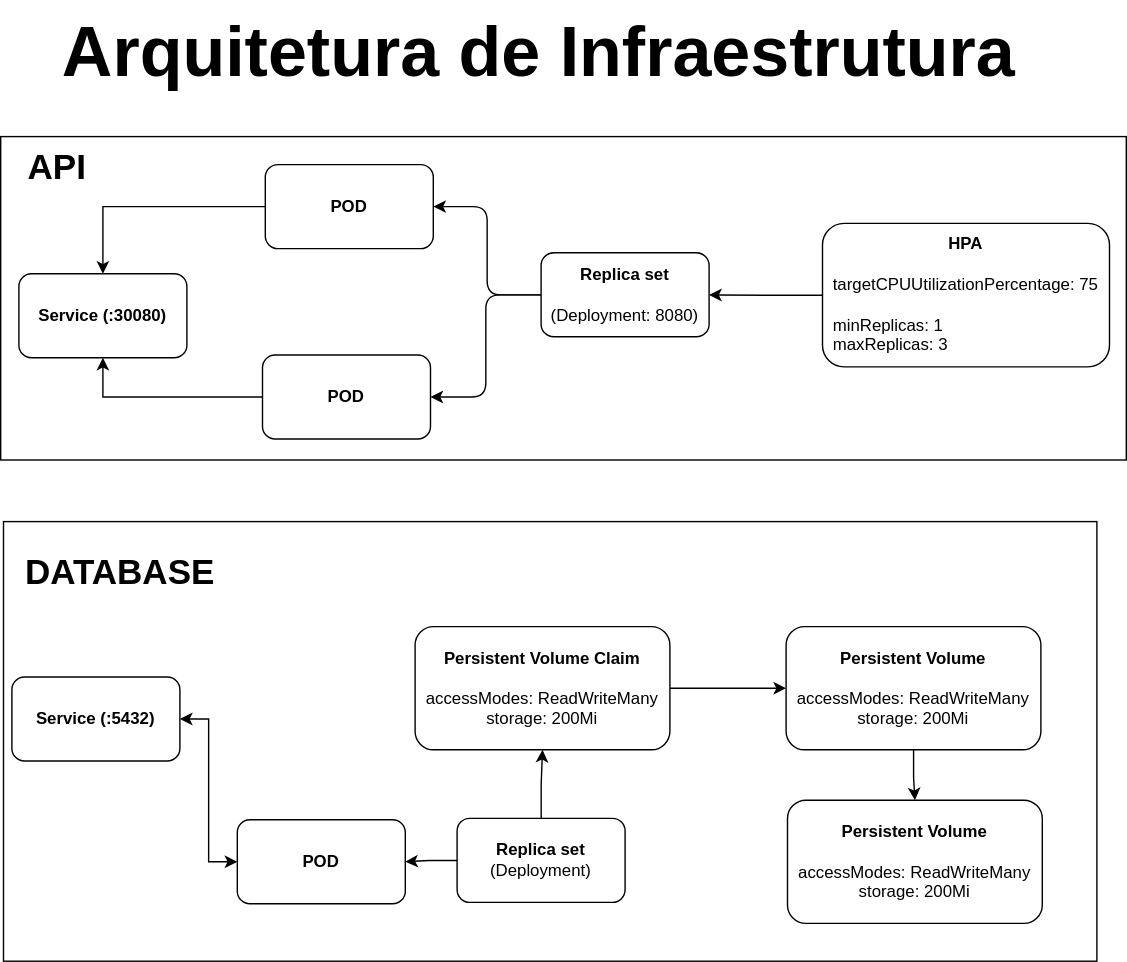
Earlier version of the draw.io export docs/images/arquitetura-infraestrutura.svg (pricardoti/architecture-software-tech-challenge-fiap). Source tidied: cells renumbered, new cells last; positions are measured from the earlier drawing's top-left corner, leaving out a move shared by most shapes.
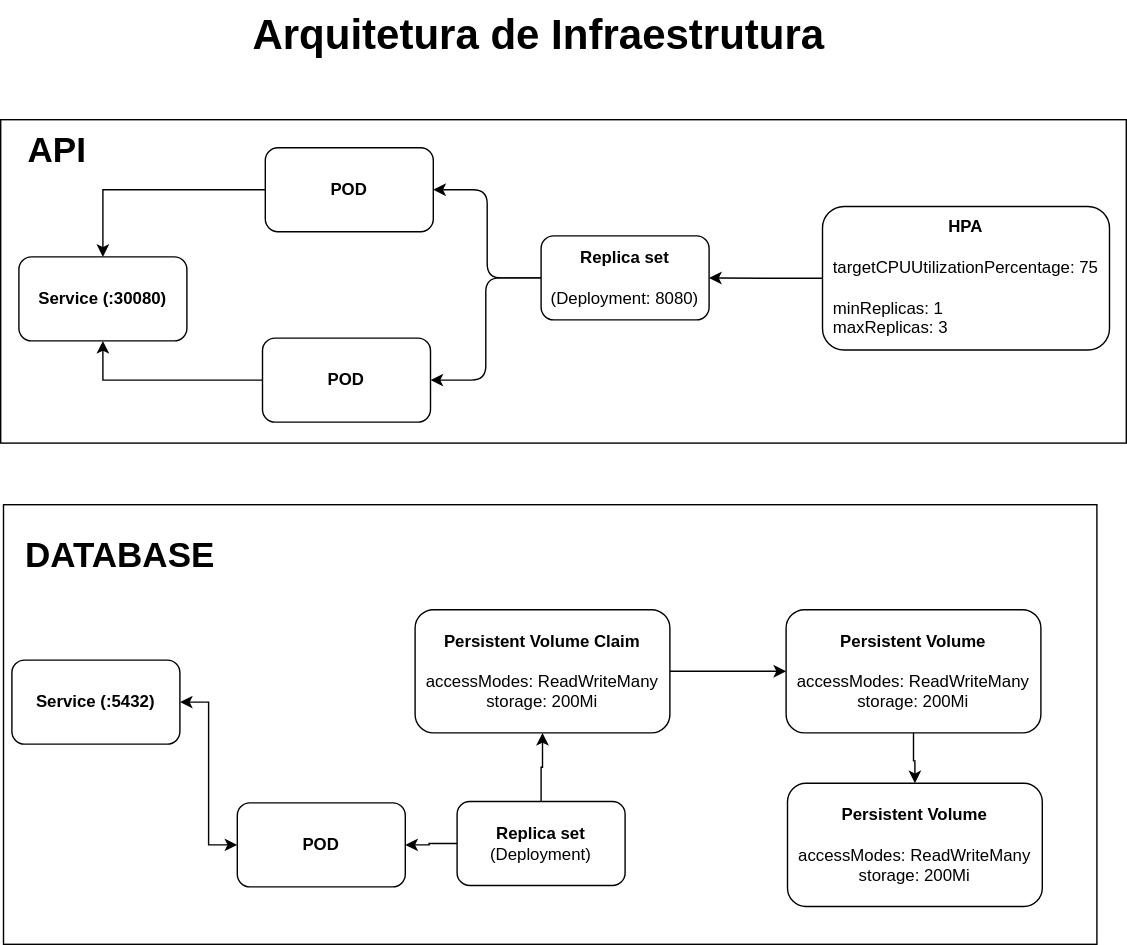
The same diagram one commit later.

Commit message:
doc: atualizando descrição da arquitetura

Diff of the diagram source:
```diff
@@ -35,8 +35,8 @@
     <mxCell id="12" value="&lt;font color=&quot;#ffffff&quot;&gt;&lt;b&gt;HPA&lt;/b&gt;&lt;/font&gt;&lt;div&gt;&lt;font color=&quot;#ffffff&quot;&gt;&lt;br&gt;&lt;/font&gt;&lt;/div&gt;&lt;div&gt;&lt;font color=&quot;#ffffff&quot;&gt;targetCPUUtilizationPercentage: 75&lt;br&gt;&lt;/font&gt;&lt;/div&gt;&lt;div style=&quot;text-align: left;&quot;&gt;&lt;font color=&quot;#ffffff&quot;&gt;&lt;br&gt;&lt;/font&gt;&lt;/div&gt;&lt;div style=&quot;text-align: left;&quot;&gt;&lt;font color=&quot;#ffffff&quot;&gt;minReplicas: 1&lt;br&gt;&lt;/font&gt;&lt;/div&gt;&lt;div style=&quot;text-align: left;&quot;&gt;&lt;font color=&quot;#ffffff&quot;&gt;maxReplicas: 3&lt;br&gt;&lt;/font&gt;&lt;/div&gt;" style="rounded=1;whiteSpace=wrap;html=1;fillColor=#000000;strokeColor=#FFFFFF;" parent="1" vertex="1">
       <mxGeometry x="587" y="159" width="205" height="102.5" as="geometry" />
     </mxCell>
-    <mxCell id="13" value="&lt;font color=&quot;#ffffff&quot; style=&quot;font-size: 50px;&quot;&gt;&lt;b&gt;Arquitetura de Infraestrutura&lt;/b&gt;&lt;/font&gt;" style="text;html=1;align=center;verticalAlign=middle;strokeColor=none;fillColor=none;" parent="1" vertex="1">
-      <mxGeometry x="34" width="699" height="72" as="geometry" />
+    <mxCell id="13" value="&lt;font size=&quot;1&quot; color=&quot;#ffffff&quot; style=&quot;&quot;&gt;&lt;b style=&quot;font-size: 30px;&quot;&gt;Arquitetura de Infraestrutura&lt;/b&gt;&lt;/font&gt;" style="text;html=1;align=center;verticalAlign=middle;strokeColor=none;fillColor=none;" parent="1" vertex="1">
+      <mxGeometry x="171" y="12" width="426" height="48" as="geometry" />
     </mxCell>
     <mxCell id="14" value="&lt;font size=&quot;1&quot; color=&quot;#ffffff&quot;&gt;&lt;b style=&quot;font-size: 25px;&quot;&gt;API&lt;/b&gt;&lt;/font&gt;" style="text;html=1;align=center;verticalAlign=middle;strokeColor=none;fillColor=none;" parent="1" vertex="1">
       <mxGeometry x="10" y="97" width="60" height="42" as="geometry" />
```
